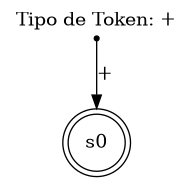
Before: diagram.png, a diagram exported from Graphviz (AleRoldan7/Practica1_LenguajesFormales). Its source is kept beside it as diagram.dot.
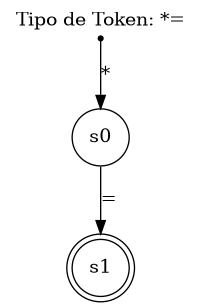
Above is the later version.

Change to the diagram source:
```diff
@@ -1,8 +1,10 @@
 digraph DFA {
-    label="Tipo de Token: +";
+    label="Tipo de Token: *=";
     labelloc="t";
     start [shape=point];
-    start -> s0 [label="+"];
+    start -> s0 [label="*"];
     s0 [shape=circle];
-    s0 [shape=doublecircle];
+    s0 -> s1 [label="="];
+    s1 [shape=circle];
+    s1 [shape=doublecircle];
 }
```
